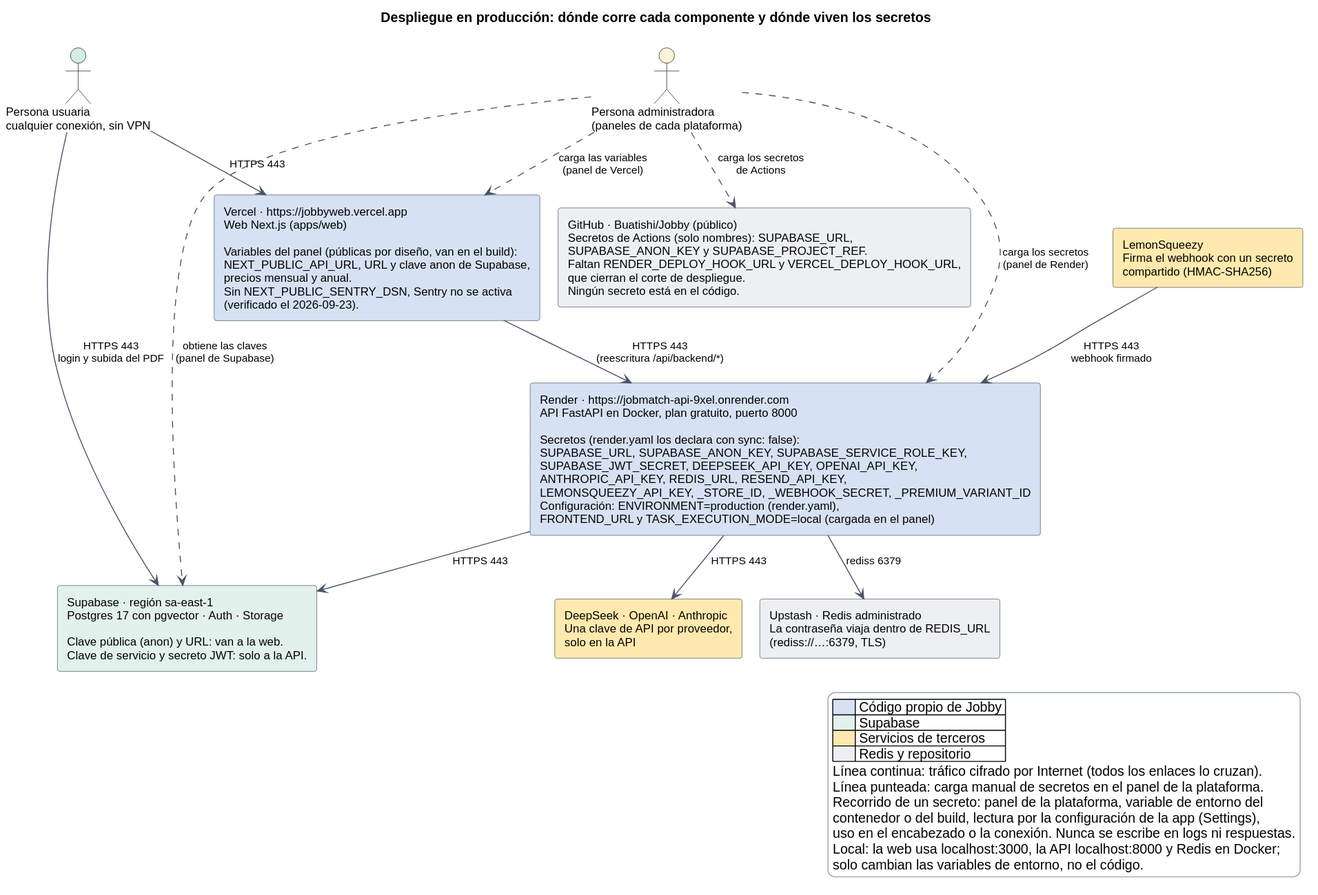
The PlantUML diagram docs/diagramas/despliegue-y-secretos.svg in Buatishi/Jobby, before a commit.
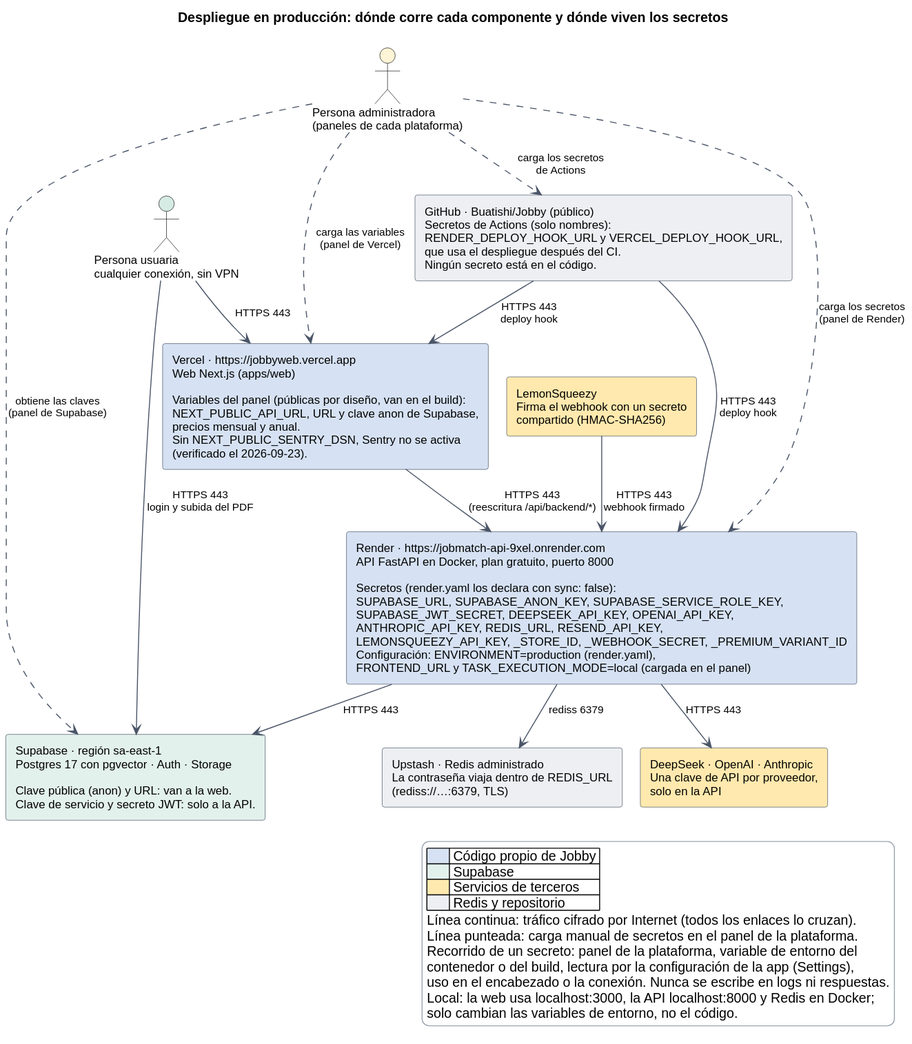
Above is the later version.

The edit, as a diff of the source:
```diff
@@ -27,7 +27,7 @@
 
 rectangle "LemonSqueezy\nFirma el webhook con un secreto\ncompartido (HMAC-SHA256)" as LS #FFE9AE
 
-rectangle "GitHub · Buatishi/Jobby (público)\nSecretos de Actions (solo nombres): SUPABASE_URL,\nSUPABASE_ANON_KEY y SUPABASE_PROJECT_REF.\nFaltan RENDER_DEPLOY_HOOK_URL y VERCEL_DEPLOY_HOOK_URL,\nque cierran el corte de despliegue.\nNingún secreto está en el código." as GH #EDEFF2
+rectangle "GitHub · Buatishi/Jobby (público)\nSecretos de Actions (solo nombres):\nRENDER_DEPLOY_HOOK_URL y VERCEL_DEPLOY_HOOK_URL,\nque usa el despliegue después del CI.\nNingún secreto está en el código." as GH #EDEFF2
 
 U --> WEB : HTTPS 443
 U --> SUP : HTTPS 443\nlogin y subida del PDF
@@ -36,6 +36,8 @@
 API --> RED : rediss 6379
 API --> IA : HTTPS 443
 LS --> API : HTTPS 443\nwebhook firmado
+GH --> API : HTTPS 443\ndeploy hook
+GH --> WEB : HTTPS 443\ndeploy hook
 
 ADM ..> WEB : carga las variables\n(panel de Vercel)
 ADM ..> API : carga los secretos\n(panel de Render)
```
